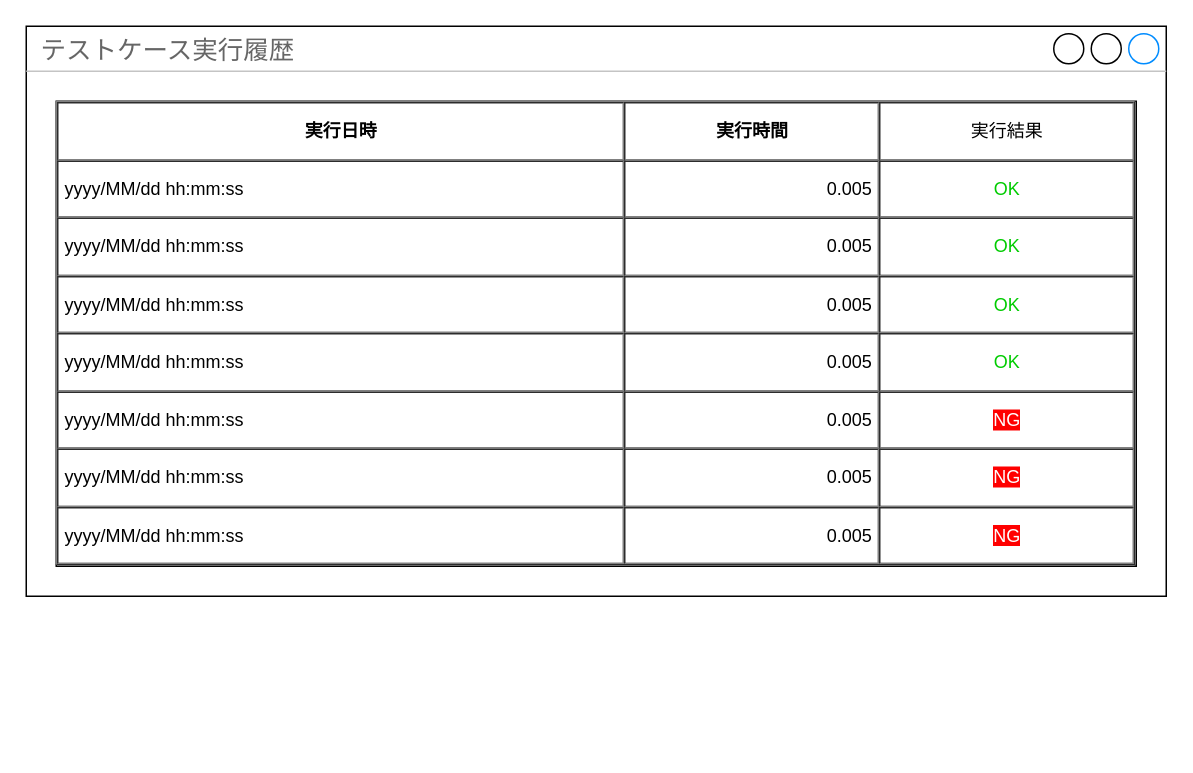
Above: page "結果ページ" (2 of 2) of google_test/google_test_gui/doc/gtest_gui_view_layout.drawio in CountrySideEngineer/TestSupportTools (draw.io), before the change. Source tidied: cells renumbered, new cells numbered last; positions are measured from the earlier drawing's top-left corner, leaving out a move shared by most shapes. Both pictures are drawn from the tidied source at 150%, with x=0, y=0 at pixel (26, 26).
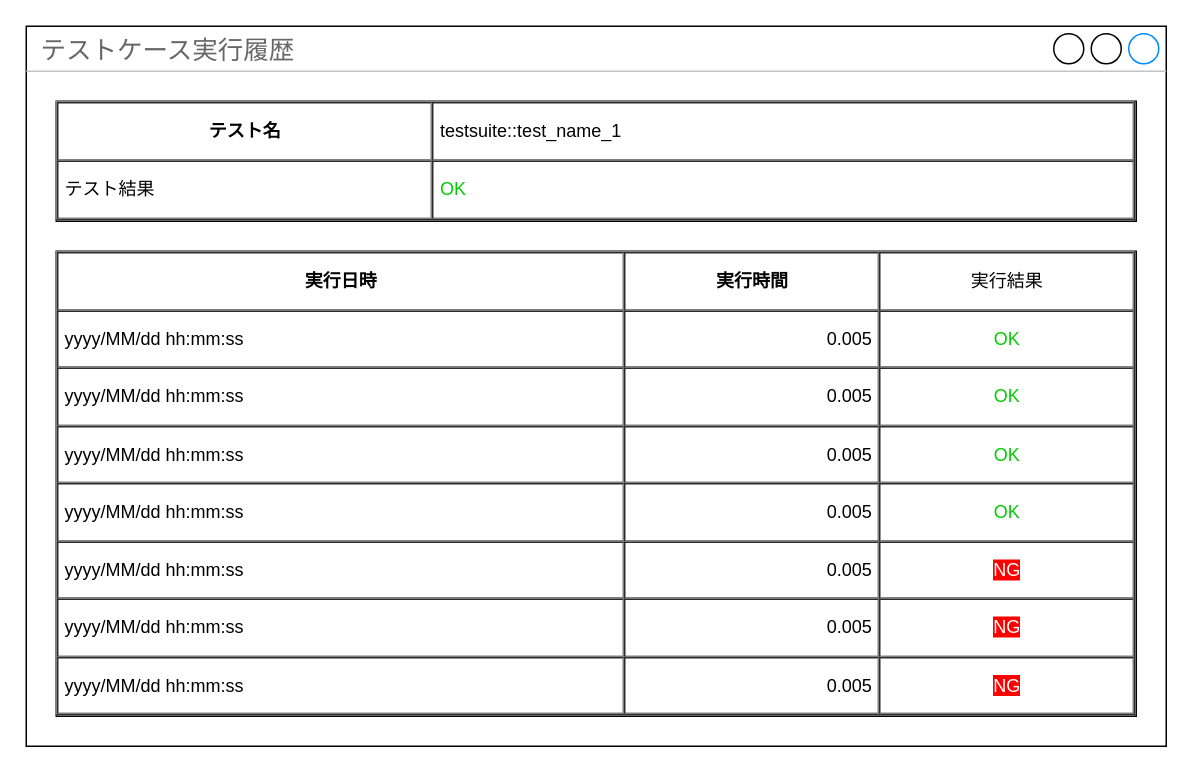
The same page after the edit.

Commit message:
Update view design. -Update design of test result view to add text to show test name and result.

Diff of the diagram source:
```diff
@@
 <mxGraphModel>
   <root>
     <mxCell id="0" />
     <mxCell id="1" parent="0" />
     <mxCell id="2" value="テストケース実行履歴" style="strokeWidth=1;shadow=0;dashed=0;align=center;html=1;shape=mxgraph.mockup.containers.window;align=left;verticalAlign=top;spacingLeft=8;strokeColor2=#008cff;strokeColor3=#c4c4c4;fontColor=#666666;mainText=;fontSize=17;labelBackgroundColor=none;" parent="1" vertex="1">
-      <mxGeometry width="760" height="380" as="geometry" />
+      <mxGeometry width="760" height="480" as="geometry" />
     </mxCell>
     <mxCell id="3" value="&lt;table cellpadding=&quot;4&quot; cellspacing=&quot;0&quot; border=&quot;1&quot; style=&quot;font-size: 1em ; width: 100% ; height: 100%&quot;&gt;&lt;tbody&gt;&lt;tr&gt;&lt;th style=&quot;text-align: center&quot;&gt;実行日時&lt;/th&gt;&lt;th style=&quot;text-align: center&quot;&gt;実行時間&lt;/th&gt;&lt;td style=&quot;text-align: center&quot;&gt;実行結果&lt;/td&gt;&lt;/tr&gt;&lt;tr&gt;&lt;td&gt;yyyy/MM/dd hh:mm:ss&lt;/td&gt;&lt;td style=&quot;text-align: right&quot;&gt;0.005&lt;/td&gt;&lt;td style=&quot;text-align: center&quot;&gt;&lt;font color=&quot;#00cc00&quot;&gt;OK&lt;/font&gt;&lt;/td&gt;&lt;/tr&gt;&lt;tr&gt;&lt;td style=&quot;line-height: 100%&quot;&gt;yyyy/MM/dd hh:mm:ss&lt;br&gt;&lt;/td&gt;&lt;td style=&quot;text-align: right&quot;&gt;0.005&lt;br&gt;&lt;/td&gt;&lt;td style=&quot;text-align: center&quot;&gt;&lt;font color=&quot;#00cc00&quot;&gt;OK&lt;/font&gt;&lt;br&gt;&lt;/td&gt;&lt;/tr&gt;&lt;tr&gt;&lt;td&gt;yyyy/MM/dd hh:mm:ss&lt;br&gt;&lt;/td&gt;&lt;td style=&quot;text-align: right&quot;&gt;0.005&lt;br&gt;&lt;/td&gt;&lt;td style=&quot;text-align: center&quot;&gt;&lt;font color=&quot;#00cc00&quot;&gt;OK&lt;/font&gt;&lt;br&gt;&lt;/td&gt;&lt;/tr&gt;&lt;tr&gt;&lt;td&gt;yyyy/MM/dd hh:mm:ss&lt;br&gt;&lt;/td&gt;&lt;td style=&quot;text-align: right&quot;&gt;0.005&lt;br&gt;&lt;/td&gt;&lt;td style=&quot;text-align: center&quot;&gt;&lt;font color=&quot;#00cc00&quot;&gt;OK&lt;/font&gt;&lt;br&gt;&lt;/td&gt;&lt;/tr&gt;&lt;tr&gt;&lt;td&gt;yyyy/MM/dd hh:mm:ss&lt;br&gt;&lt;/td&gt;&lt;td style=&quot;text-align: right&quot;&gt;0.005&lt;br&gt;&lt;/td&gt;&lt;td style=&quot;text-align: center&quot;&gt;&lt;span style=&quot;background-color: rgb(255 , 0 , 0)&quot;&gt;&lt;font color=&quot;#ffffff&quot;&gt;NG&lt;/font&gt;&lt;/span&gt;&lt;/td&gt;&lt;/tr&gt;&lt;tr&gt;&lt;td&gt;yyyy/MM/dd hh:mm:ss&lt;br&gt;&lt;/td&gt;&lt;td style=&quot;text-align: right&quot;&gt;0.005&lt;br&gt;&lt;/td&gt;&lt;td style=&quot;text-align: center&quot;&gt;&lt;span style=&quot;background-color: rgb(255 , 0 , 0)&quot;&gt;&lt;font color=&quot;#ffffff&quot;&gt;NG&lt;/font&gt;&lt;/span&gt;&lt;/td&gt;&lt;/tr&gt;&lt;tr&gt;&lt;td&gt;yyyy/MM/dd hh:mm:ss&lt;br&gt;&lt;/td&gt;&lt;td style=&quot;text-align: right&quot;&gt;0.005&lt;br&gt;&lt;/td&gt;&lt;td style=&quot;text-align: center&quot;&gt;&lt;font color=&quot;#ffffff&quot; style=&quot;background-color: rgb(255 , 0 , 0)&quot;&gt;NG&lt;/font&gt;&lt;/td&gt;&lt;/tr&gt;&lt;/tbody&gt;&lt;/table&gt; " style="verticalAlign=top;align=left;overflow=fill;fontSize=12;fontFamily=Helvetica;html=1;spacing=2;" parent="1" vertex="1">
-      <mxGeometry x="20" y="50" width="720" height="310" as="geometry" />
+      <mxGeometry x="20" y="150" width="720" height="310" as="geometry" />
     </mxCell>
+    <mxCell id="4" value="&lt;table cellpadding=&quot;4&quot; cellspacing=&quot;0&quot; border=&quot;1&quot; style=&quot;font-size: 1em ; width: 100% ; height: 100%&quot;&gt;&lt;tbody&gt;&lt;tr&gt;&lt;th style=&quot;text-align: center&quot;&gt;テスト名&lt;/th&gt;&lt;td&gt;testsuite::test_name_1&lt;/td&gt;&lt;/tr&gt;&lt;tr&gt;&lt;td&gt;テスト結果&lt;/td&gt;&lt;td&gt;&lt;font color=&quot;#00cc00&quot;&gt;OK&lt;/font&gt;&lt;/td&gt;&lt;/tr&gt;&lt;/tbody&gt;&lt;/table&gt;" style="verticalAlign=top;align=left;overflow=fill;fontSize=12;fontFamily=Helvetica;html=1;" parent="1" vertex="1">
+      <mxGeometry x="20" y="50" width="720" height="80" as="geometry" />
+    </mxCell>
   </root>
 </mxGraphModel>
```
